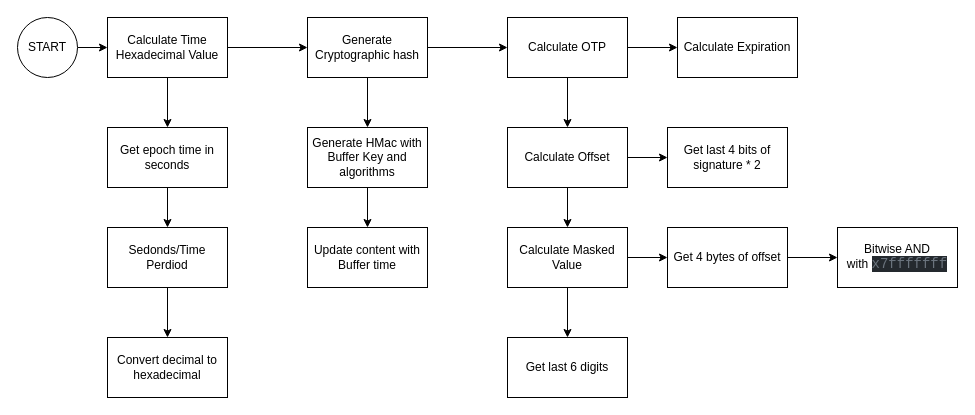
The draw.io diagram totp.drawio in markwinap/Node-OTP-Generator, before the edit. Source tidied: cells renumbered, new cells numbered last; positions are measured from the earlier drawing's top-left corner, leaving out a move shared by most shapes. Both pictures are drawn from the tidied source at 100%, with x=0, y=0 at pixel (17, 17).
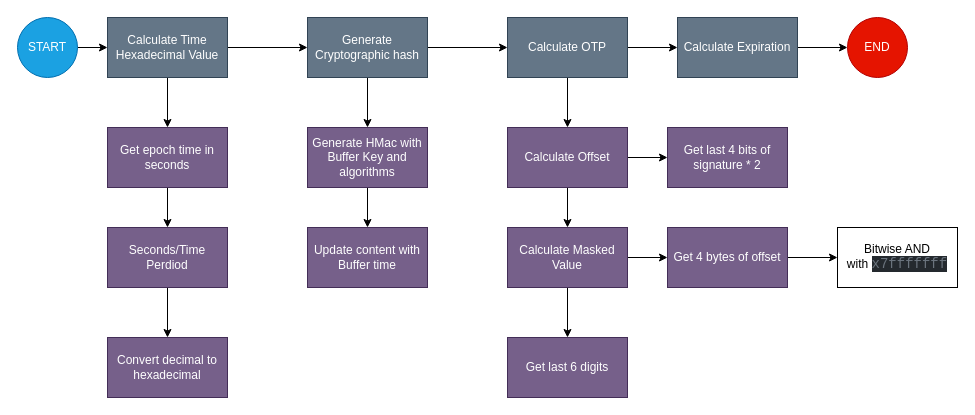
Above is the later version.

The edit, as a diff of the source:
```diff
@@
-    <mxCell id="4" value="Calculate Time Hexadecimal Value" style="rounded=0;whiteSpace=wrap;html=1;" parent="1" vertex="1">
+    <mxCell id="4" value="Calculate Time Hexadecimal Value" style="rounded=0;whiteSpace=wrap;html=1;fillColor=#647687;fontColor=#ffffff;strokeColor=#314354;" parent="1" vertex="1">
       <mxGeometry x="90" width="120" height="60" as="geometry" />
     </mxCell>
@@
-    <mxCell id="6" value="Get epoch time in seconds" style="rounded=0;whiteSpace=wrap;html=1;" parent="1" vertex="1">
+    <mxCell id="6" value="Get epoch time in seconds" style="rounded=0;whiteSpace=wrap;html=1;fillColor=#76608a;fontColor=#ffffff;strokeColor=#432D57;" parent="1" vertex="1">
       <mxGeometry x="90" y="110" width="120" height="60" as="geometry" />
     </mxCell>
@@
-    <mxCell id="8" value="Sedonds/Time Perdiod" style="rounded=0;whiteSpace=wrap;html=1;" parent="1" vertex="1">
+    <mxCell id="8" value="Seconds/Time Perdiod" style="rounded=0;whiteSpace=wrap;html=1;fillColor=#76608a;fontColor=#ffffff;strokeColor=#432D57;" parent="1" vertex="1">
       <mxGeometry x="90" y="210" width="120" height="60" as="geometry" />
     </mxCell>
-    <mxCell id="9" value="Convert decimal to hexadecimal" style="rounded=0;whiteSpace=wrap;html=1;" parent="1" vertex="1">
+    <mxCell id="9" value="Convert decimal to hexadecimal" style="rounded=0;whiteSpace=wrap;html=1;fillColor=#76608a;fontColor=#ffffff;strokeColor=#432D57;" parent="1" vertex="1">
       <mxGeometry x="90" y="320" width="120" height="60" as="geometry" />
     </mxCell>
@@
-    <mxCell id="12" value="Generate Cryptographic hash" style="rounded=0;whiteSpace=wrap;html=1;" parent="1" vertex="1">
+    <mxCell id="12" value="Generate Cryptographic hash" style="rounded=0;whiteSpace=wrap;html=1;fillColor=#647687;fontColor=#ffffff;strokeColor=#314354;" parent="1" vertex="1">
       <mxGeometry x="290" width="120" height="60" as="geometry" />
     </mxCell>
@@
-    <mxCell id="14" value="Generate HMac with Buffer Key and algorithms" style="rounded=0;whiteSpace=wrap;html=1;" parent="1" vertex="1">
+    <mxCell id="14" value="Generate HMac with Buffer Key and algorithms" style="rounded=0;whiteSpace=wrap;html=1;fillColor=#76608a;fontColor=#ffffff;strokeColor=#432D57;" parent="1" vertex="1">
       <mxGeometry x="290" y="110" width="120" height="60" as="geometry" />
     </mxCell>
-    <mxCell id="15" value="Update content with Buffer time" style="rounded=0;whiteSpace=wrap;html=1;" parent="1" vertex="1">
+    <mxCell id="15" value="Update content with Buffer time" style="rounded=0;whiteSpace=wrap;html=1;fillColor=#76608a;fontColor=#ffffff;strokeColor=#432D57;" parent="1" vertex="1">
       <mxGeometry x="290" y="210" width="120" height="60" as="geometry" />
     </mxCell>
@@
-    <mxCell id="18" value="Calculate OTP" style="rounded=0;whiteSpace=wrap;html=1;" parent="1" vertex="1">
+    <mxCell id="18" value="Calculate OTP" style="rounded=0;whiteSpace=wrap;html=1;fillColor=#647687;fontColor=#ffffff;strokeColor=#314354;" parent="1" vertex="1">
       <mxGeometry x="490" width="120" height="60" as="geometry" />
     </mxCell>
@@
-    <mxCell id="21" value="Calculate Offset" style="rounded=0;whiteSpace=wrap;html=1;" parent="1" vertex="1">
+    <mxCell id="21" value="Calculate Offset" style="rounded=0;whiteSpace=wrap;html=1;fillColor=#76608a;fontColor=#ffffff;strokeColor=#432D57;" parent="1" vertex="1">
       <mxGeometry x="490" y="110" width="120" height="60" as="geometry" />
     </mxCell>
-    <mxCell id="22" value="Get last 4 bits of signature * 2" style="rounded=0;whiteSpace=wrap;html=1;" parent="1" vertex="1">
+    <mxCell id="22" value="Get last 4 bits of signature * 2" style="rounded=0;whiteSpace=wrap;html=1;fillColor=#76608a;fontColor=#ffffff;strokeColor=#432D57;" parent="1" vertex="1">
       <mxGeometry x="650" y="110" width="120" height="60" as="geometry" />
     </mxCell>
@@
-    <mxCell id="25" value="Calculate Masked Value" style="rounded=0;whiteSpace=wrap;html=1;" parent="1" vertex="1">
+    <mxCell id="25" value="Calculate Masked Value" style="rounded=0;whiteSpace=wrap;html=1;fillColor=#76608a;fontColor=#ffffff;strokeColor=#432D57;" parent="1" vertex="1">
       <mxGeometry x="490" y="210" width="120" height="60" as="geometry" />
     </mxCell>
@@
-    <mxCell id="27" value="Get 4 bytes of offset" style="rounded=0;whiteSpace=wrap;html=1;" parent="1" vertex="1">
+    <mxCell id="27" value="Get 4 bytes of offset" style="rounded=0;whiteSpace=wrap;html=1;fillColor=#76608a;fontColor=#ffffff;strokeColor=#432D57;" parent="1" vertex="1">
       <mxGeometry x="650" y="210" width="120" height="60" as="geometry" />
     </mxCell>
@@
-    <mxCell id="29" value="Get last 6 digits" style="rounded=0;whiteSpace=wrap;html=1;" parent="1" vertex="1">
+    <mxCell id="29" value="Get last 6 digits" style="rounded=0;whiteSpace=wrap;html=1;fillColor=#76608a;fontColor=#ffffff;strokeColor=#432D57;" parent="1" vertex="1">
       <mxGeometry x="490" y="320" width="120" height="60" as="geometry" />
     </mxCell>
+    <mxCell id="33" style="edgeStyle=orthogonalEdgeStyle;rounded=0;jettySize=auto;html=1;" parent="1" edge="1" source="30" target="34">
+      <mxGeometry relative="1" as="geometry" />
+    </mxCell>
-    <mxCell id="30" value="Calculate Expiration" style="rounded=0;whiteSpace=wrap;html=1;" parent="1" vertex="1">
+    <mxCell id="30" value="Calculate Expiration" style="rounded=0;whiteSpace=wrap;html=1;fillColor=#647687;fontColor=#ffffff;strokeColor=#314354;" parent="1" vertex="1">
       <mxGeometry x="660" width="120" height="60" as="geometry" />
     </mxCell>
@@
-    <mxCell id="32" value="START" style="ellipse;whiteSpace=wrap;html=1;" parent="1" vertex="1">
+    <mxCell id="32" value="START" style="ellipse;whiteSpace=wrap;html=1;fillColor=#1ba1e2;fontColor=#ffffff;strokeColor=#006EAF;" parent="1" vertex="1">
       <mxGeometry width="60" height="60" as="geometry" />
     </mxCell>
+    <mxCell id="34" value="END" style="ellipse;whiteSpace=wrap;html=1;fillColor=#e51400;fontColor=#ffffff;strokeColor=#B20000;" parent="1" vertex="1">
+      <mxGeometry x="830" width="60" height="60" as="geometry" />
+    </mxCell>
```
